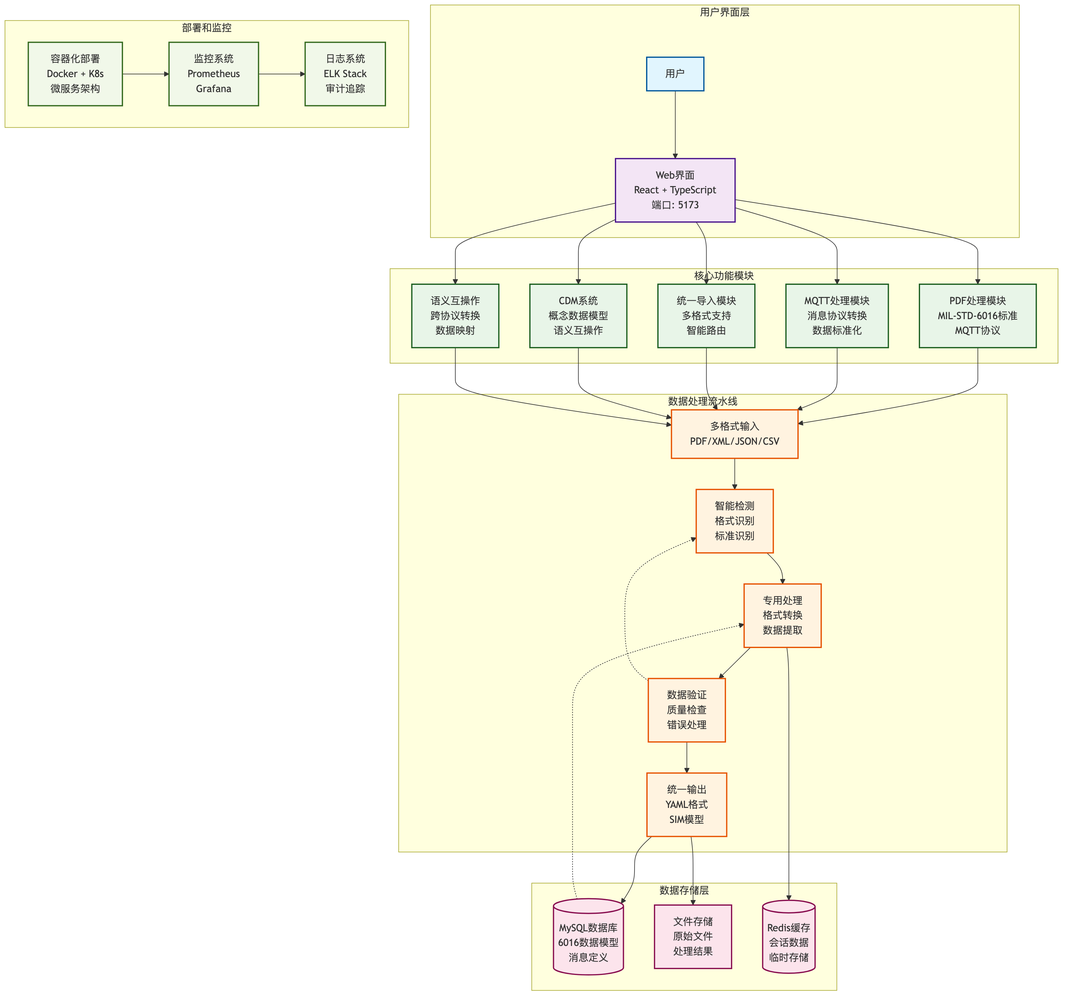
Above: mmd/system_overview.png in mistvapour/6016b (Mermaid), before the change. Its source is kept beside it as mmd/system_overview.mmd. Source of this version:
```mermaid
graph TB

    subgraph "用户界面层"
        USER[用户]
        WEB_UI[Web界面<br/>React + TypeScript<br/>端口: 5173]
    end

    subgraph "核心功能模块"
        PDF_PROCESSING[PDF处理模块<br/>MIL-STD-6016标准<br/>MQTT协议]
        MQTT_PROCESSING[MQTT处理模块<br/>消息协议转换<br/>数据标准化]
        UNIVERSAL_IMPORT[统一导入模块<br/>多格式支持<br/>智能路由]
        CDM_SYSTEM[CDM系统<br/>概念数据模型<br/>语义互操作]
        SEMANTIC_INTEROP[语义互操作<br/>跨协议转换<br/>数据映射]
    end

    subgraph "数据处理流水线"
        INPUT[多格式输入<br/>PDF/XML/JSON/CSV]
        DETECTION[智能检测<br/>格式识别<br/>标准识别]
        PROCESSING[专用处理<br/>格式转换<br/>数据提取]
        VALIDATION[数据验证<br/>质量检查<br/>错误处理]
        OUTPUT[统一输出<br/>YAML格式<br/>SIM模型]
    end

    subgraph "数据存储层"
        DATABASE[(MySQL数据库<br/>6016数据模型<br/>消息定义)]
        FILES[文件存储<br/>原始文件<br/>处理结果]
        CACHE[(Redis缓存<br/>会话数据<br/>临时存储)]
    end

    subgraph "部署和监控"
        DEPLOYMENT[容器化部署<br/>Docker + K8s<br/>微服务架构]
        MONITORING[监控系统<br/>Prometheus<br/>Grafana]
        LOGGING[日志系统<br/>ELK Stack<br/>审计追踪]
    end

    USER --> WEB_UI
    WEB_UI --> PDF_PROCESSING
    WEB_UI --> MQTT_PROCESSING
    WEB_UI --> UNIVERSAL_IMPORT
    WEB_UI --> CDM_SYSTEM
    WEB_UI --> SEMANTIC_INTEROP

    PDF_PROCESSING --> INPUT
    MQTT_PROCESSING --> INPUT
    UNIVERSAL_IMPORT --> INPUT
    CDM_SYSTEM --> INPUT
    SEMANTIC_INTEROP --> INPUT

    INPUT --> DETECTION
    DETECTION --> PROCESSING
    PROCESSING --> VALIDATION
    VALIDATION --> OUTPUT

    OUTPUT --> DATABASE
    OUTPUT --> FILES
    PROCESSING --> CACHE

    DEPLOYMENT --> MONITORING
    MONITORING --> LOGGING

    VALIDATION -.-> DETECTION
    DATABASE -.-> PROCESSING

    classDef user fill:#e1f5fe,stroke:#01579b,stroke-width:2px
    classDef ui fill:#f3e5f5,stroke:#4a148c,stroke-width:2px
    classDef module fill:#e8f5e8,stroke:#1b5e20,stroke-width:2px
    classDef pipeline fill:#fff3e0,stroke:#e65100,stroke-width:2px
    classDef storage fill:#fce4ec,stroke:#880e4f,stroke-width:2px
    classDef infra fill:#f1f8e9,stroke:#33691e,stroke-width:2px

    class USER user
    class WEB_UI ui
    class PDF_PROCESSING,MQTT_PROCESSING,UNIVERSAL_IMPORT,CDM_SYSTEM,SEMANTIC_INTEROP module
    class INPUT,DETECTION,PROCESSING,VALIDATION,OUTPUT pipeline
    class DATABASE,FILES,CACHE storage
    class DEPLOYMENT,MONITORING,LOGGING infra
```
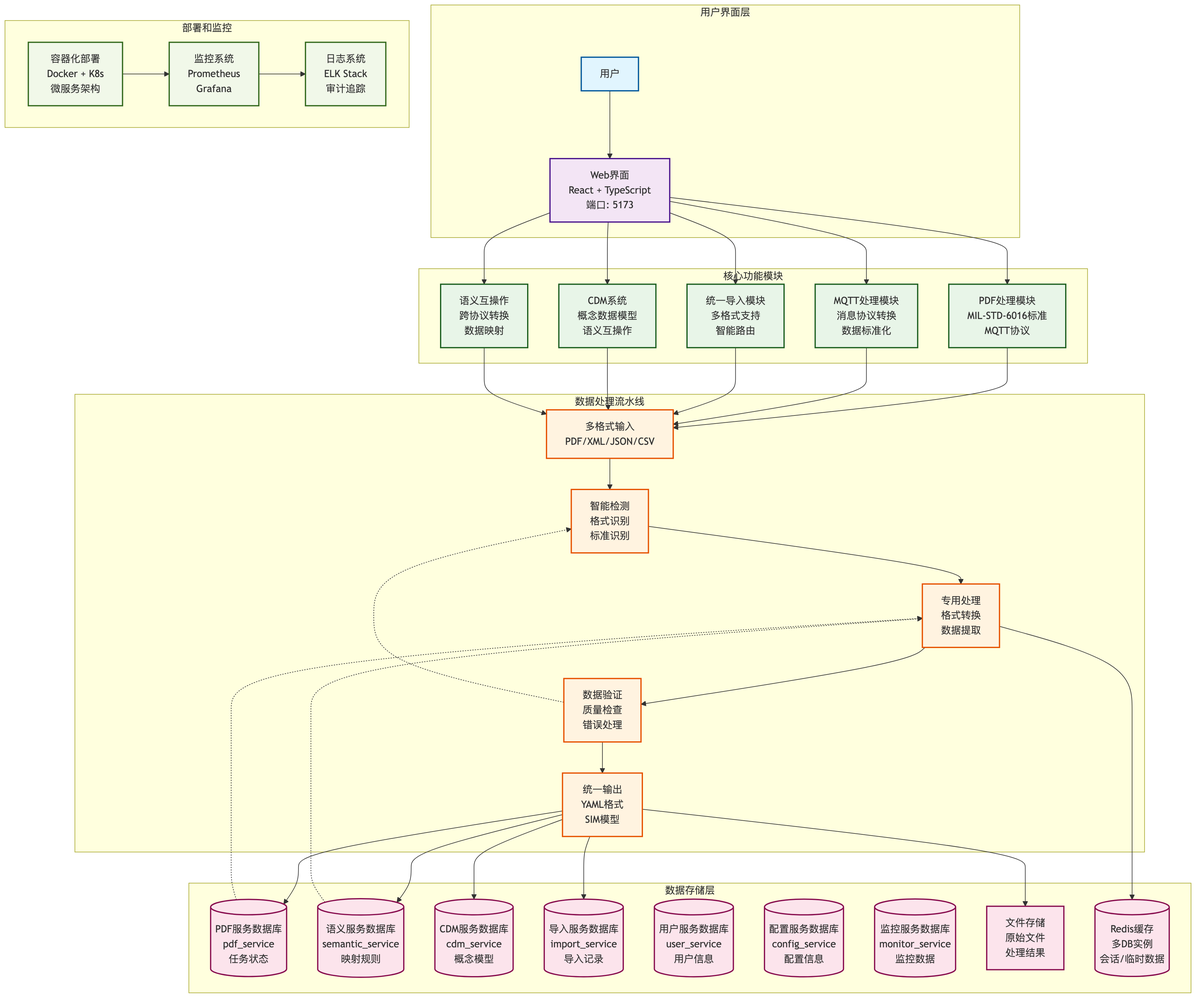
Above is the later version.

The edit, as a diff of the source:
```diff
@@ -22,9 +22,15 @@
     end
 
     subgraph "数据存储层"
-        DATABASE[(MySQL数据库<br/>6016数据模型<br/>消息定义)]
+        PDF_DB[(PDF服务数据库<br/>pdf_service<br/>任务状态)]
+        SEMANTIC_DB[(语义服务数据库<br/>semantic_service<br/>映射规则)]
+        CDM_DB[(CDM服务数据库<br/>cdm_service<br/>概念模型)]
+        IMPORT_DB[(导入服务数据库<br/>import_service<br/>导入记录)]
+        USER_DB[(用户服务数据库<br/>user_service<br/>用户信息)]
+        CONFIG_DB[(配置服务数据库<br/>config_service<br/>配置信息)]
+        MONITOR_DB[(监控服务数据库<br/>monitor_service<br/>监控数据)]
         FILES[文件存储<br/>原始文件<br/>处理结果]
-        CACHE[(Redis缓存<br/>会话数据<br/>临时存储)]
+        REDIS_CACHE[(Redis缓存<br/>多DB实例<br/>会话/临时数据)]
     end
 
     subgraph "部署和监控"
@@ -51,15 +57,19 @@
     PROCESSING --> VALIDATION
     VALIDATION --> OUTPUT
 
-    OUTPUT --> DATABASE
+    OUTPUT --> PDF_DB
+    OUTPUT --> SEMANTIC_DB
+    OUTPUT --> CDM_DB
+    OUTPUT --> IMPORT_DB
     OUTPUT --> FILES
-    PROCESSING --> CACHE
+    PROCESSING --> REDIS_CACHE
 
     DEPLOYMENT --> MONITORING
     MONITORING --> LOGGING
 
     VALIDATION -.-> DETECTION
-    DATABASE -.-> PROCESSING
+    PDF_DB -.-> PROCESSING
+    SEMANTIC_DB -.-> PROCESSING
 
     classDef user fill:#e1f5fe,stroke:#01579b,stroke-width:2px
     classDef ui fill:#f3e5f5,stroke:#4a148c,stroke-width:2px
@@ -72,5 +82,5 @@
     class WEB_UI ui
     class PDF_PROCESSING,MQTT_PROCESSING,UNIVERSAL_IMPORT,CDM_SYSTEM,SEMANTIC_INTEROP module
     class INPUT,DETECTION,PROCESSING,VALIDATION,OUTPUT pipeline
-    class DATABASE,FILES,CACHE storage
+    class PDF_DB,SEMANTIC_DB,CDM_DB,IMPORT_DB,USER_DB,CONFIG_DB,MONITOR_DB,FILES,REDIS_CACHE storage
     class DEPLOYMENT,MONITORING,LOGGING infra
```
